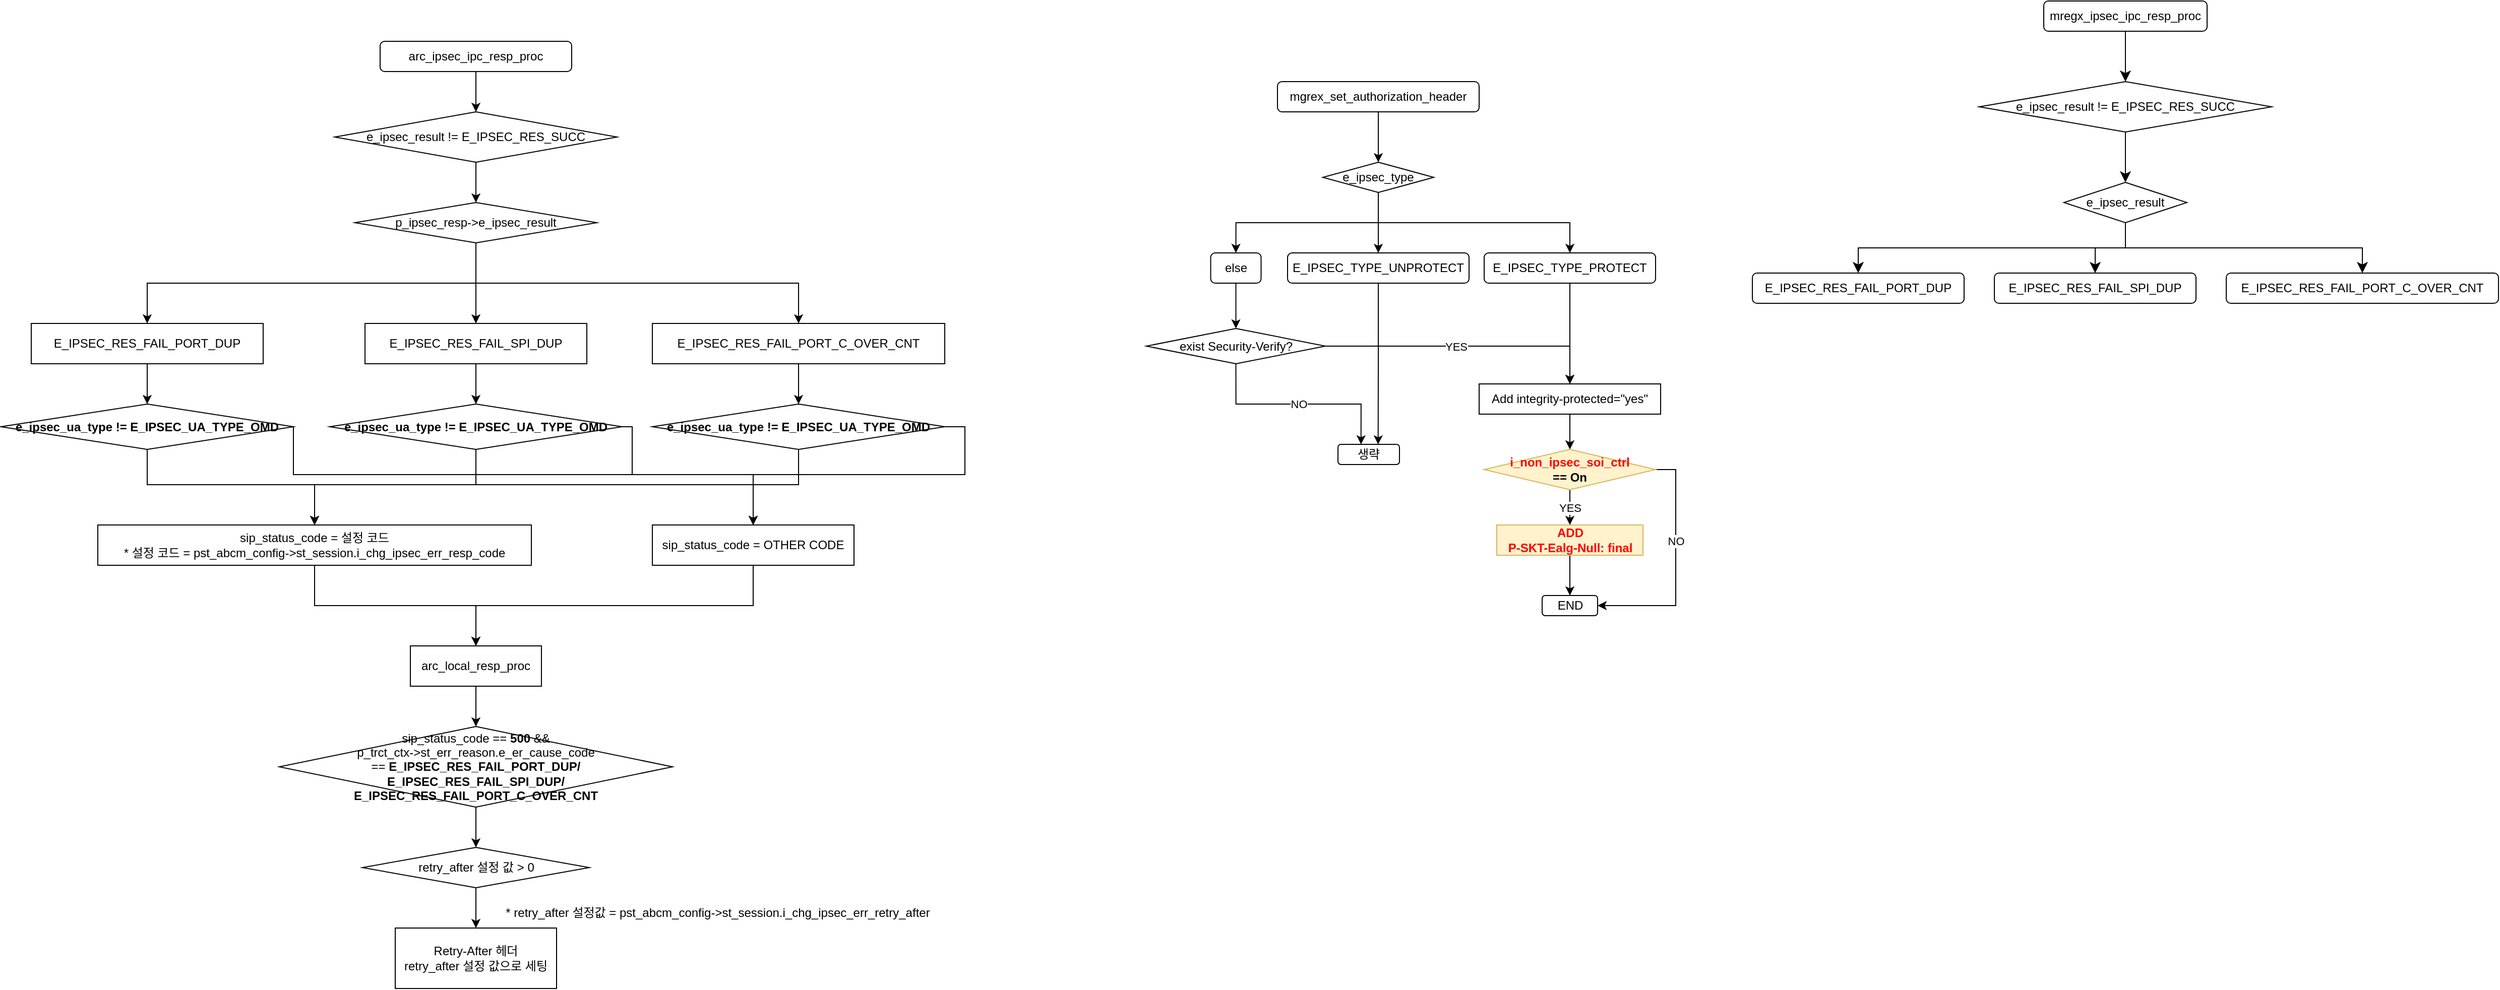
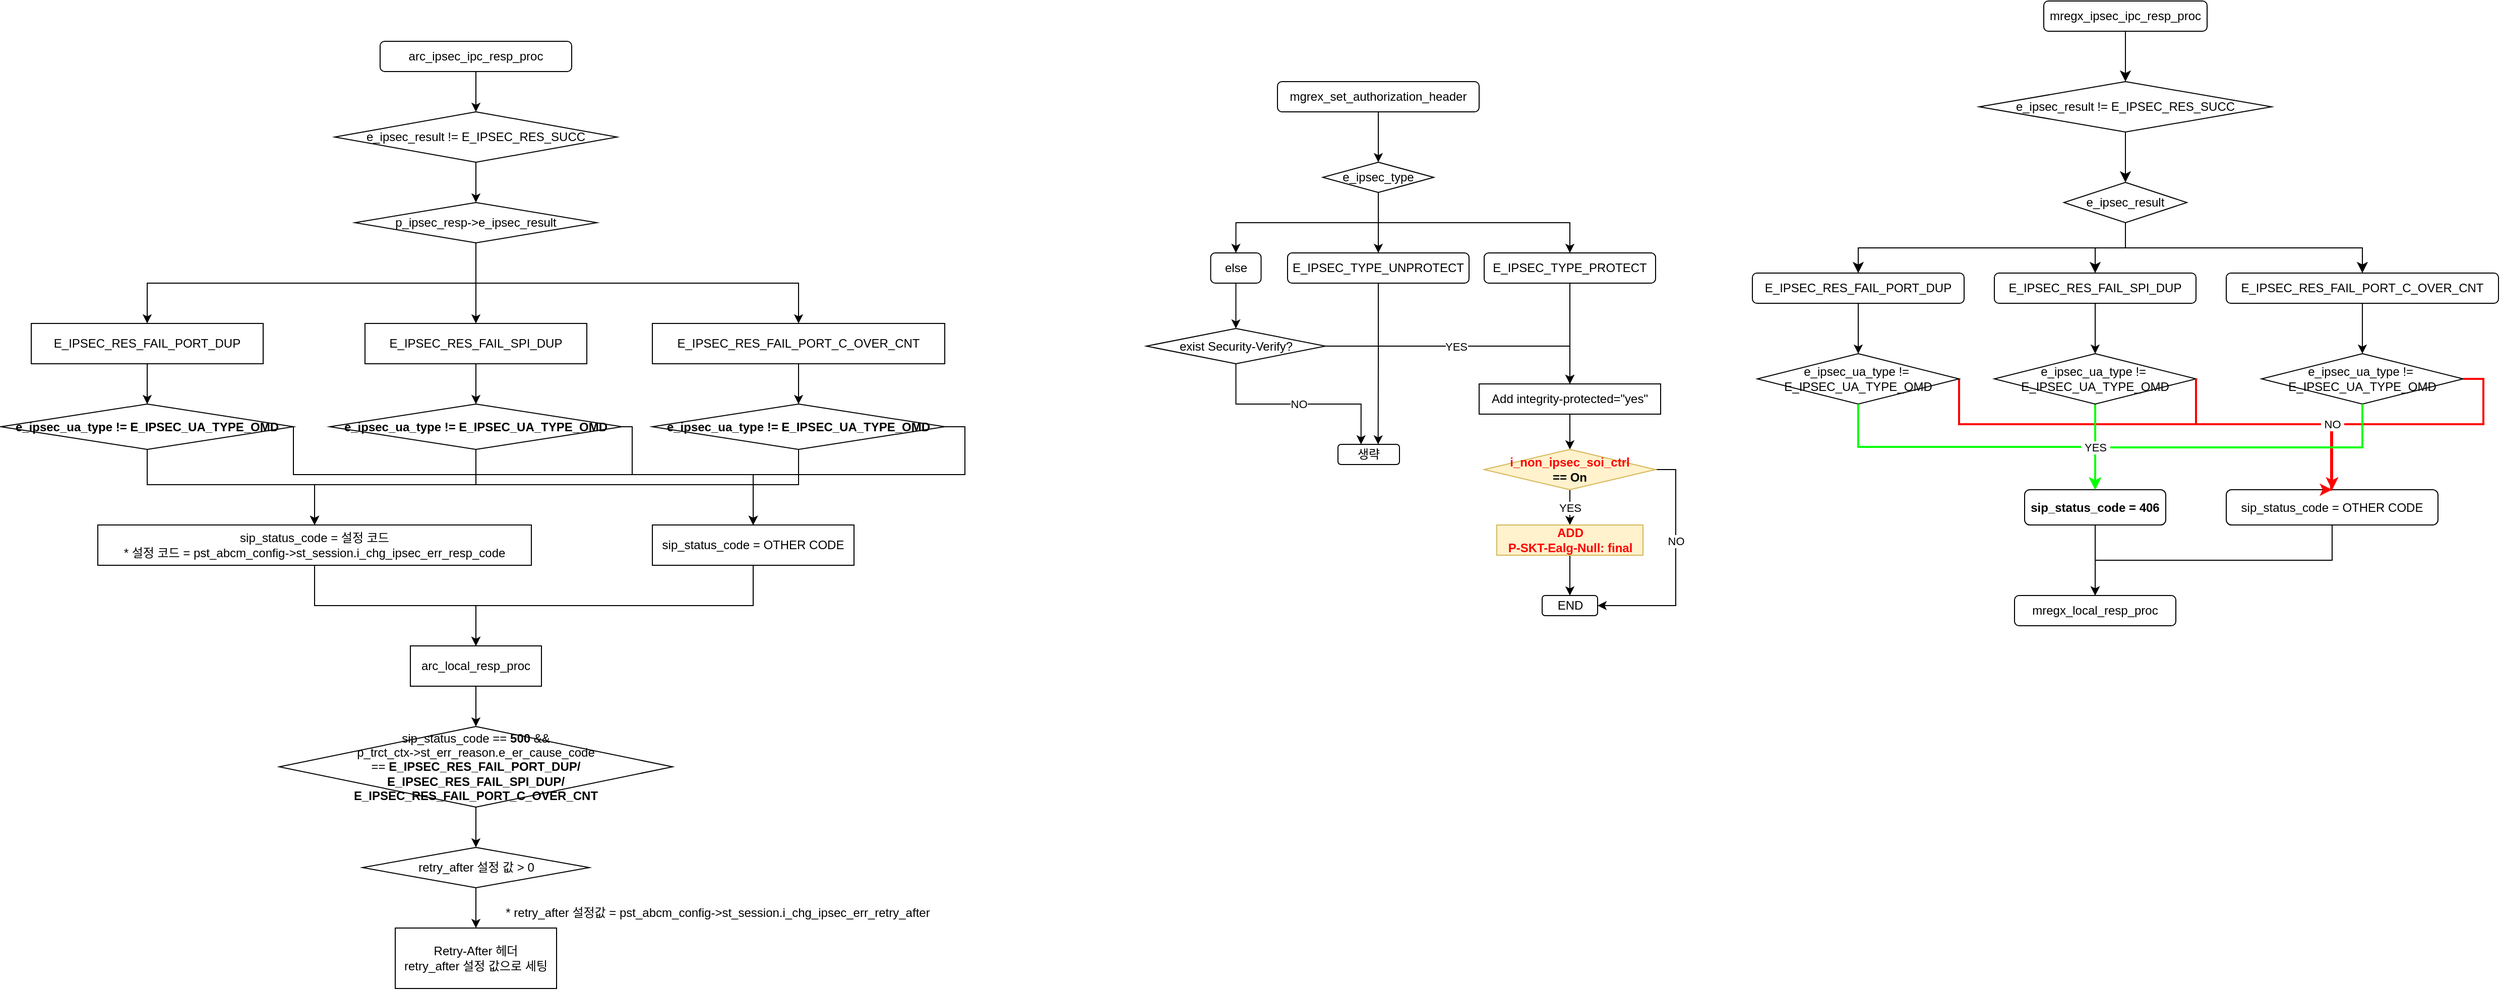
<mxfile host="app.diagrams.net">
  <diagram name="페이지-1" id="m8fQX8wD3sIqdr1Rjxz5">
-     <mxGraphModel dx="1890" dy="1222" grid="1" gridSize="10" guides="1" tooltips="1" connect="1" arrows="1" fold="1" page="1" pageScale="1" pageWidth="827" pageHeight="1169" math="0" shadow="0">
+     <mxGraphModel dx="2315" dy="782" grid="1" gridSize="10" guides="1" tooltips="1" connect="1" arrows="1" fold="1" page="1" pageScale="1" pageWidth="827" pageHeight="1169" math="0" shadow="0">
      <root>
        <mxCell id="0" />
        <mxCell id="1" parent="0" />
        <mxCell id="ojS5_yHJFsPbv8XDm5Tb-1" edge="1" parent="1" source="ojS5_yHJFsPbv8XDm5Tb-2" style="edgeStyle=orthogonalEdgeStyle;rounded=0;orthogonalLoop=1;jettySize=auto;html=1;exitX=0.5;exitY=1;exitDx=0;exitDy=0;entryX=0.5;entryY=0;entryDx=0;entryDy=0;labelBackgroundColor=none;fontColor=default;" target="ojS5_yHJFsPbv8XDm5Tb-4">
          <mxGeometry relative="1" as="geometry" />
        </mxCell>
        <mxCell id="ojS5_yHJFsPbv8XDm5Tb-2" parent="1" style="rounded=1;whiteSpace=wrap;html=1;labelBackgroundColor=none;" value="arc_ipsec_ipc_resp_proc" vertex="1">
          <mxGeometry height="30" width="190" x="350" y="120" as="geometry" />
        </mxCell>
        <mxCell id="ojS5_yHJFsPbv8XDm5Tb-3" edge="1" parent="1" source="ojS5_yHJFsPbv8XDm5Tb-4" style="edgeStyle=orthogonalEdgeStyle;rounded=0;orthogonalLoop=1;jettySize=auto;html=1;exitX=0.5;exitY=1;exitDx=0;exitDy=0;entryX=0.5;entryY=0;entryDx=0;entryDy=0;labelBackgroundColor=none;fontColor=default;" target="ojS5_yHJFsPbv8XDm5Tb-8">
          <mxGeometry relative="1" as="geometry" />
        </mxCell>
        <mxCell id="ojS5_yHJFsPbv8XDm5Tb-4" parent="1" style="rhombus;whiteSpace=wrap;html=1;labelBackgroundColor=none;" value="e_ipsec_result != E_IPSEC_RES_SUCC" vertex="1">
          <mxGeometry height="50" width="280" x="305" y="190" as="geometry" />
        </mxCell>
        <mxCell id="ojS5_yHJFsPbv8XDm5Tb-5" edge="1" parent="1" source="ojS5_yHJFsPbv8XDm5Tb-8" style="edgeStyle=orthogonalEdgeStyle;rounded=0;orthogonalLoop=1;jettySize=auto;html=1;exitX=0.5;exitY=1;exitDx=0;exitDy=0;entryX=0.5;entryY=0;entryDx=0;entryDy=0;labelBackgroundColor=none;fontColor=default;" target="ojS5_yHJFsPbv8XDm5Tb-10">
          <mxGeometry relative="1" as="geometry" />
        </mxCell>
        <mxCell id="ojS5_yHJFsPbv8XDm5Tb-6" edge="1" parent="1" source="ojS5_yHJFsPbv8XDm5Tb-8" style="edgeStyle=orthogonalEdgeStyle;rounded=0;orthogonalLoop=1;jettySize=auto;html=1;exitX=0.5;exitY=1;exitDx=0;exitDy=0;entryX=0.5;entryY=0;entryDx=0;entryDy=0;labelBackgroundColor=none;fontColor=default;" target="ojS5_yHJFsPbv8XDm5Tb-12">
          <mxGeometry relative="1" as="geometry" />
        </mxCell>
        <mxCell id="ojS5_yHJFsPbv8XDm5Tb-7" edge="1" parent="1" source="ojS5_yHJFsPbv8XDm5Tb-8" style="edgeStyle=orthogonalEdgeStyle;rounded=0;orthogonalLoop=1;jettySize=auto;html=1;exitX=0.5;exitY=1;exitDx=0;exitDy=0;entryX=0.5;entryY=0;entryDx=0;entryDy=0;labelBackgroundColor=none;fontColor=default;" target="ojS5_yHJFsPbv8XDm5Tb-14">
          <mxGeometry relative="1" as="geometry" />
        </mxCell>
        <mxCell id="ojS5_yHJFsPbv8XDm5Tb-8" parent="1" style="rhombus;whiteSpace=wrap;html=1;labelBackgroundColor=none;" value="p_ipsec_resp-&amp;gt;e_ipsec_result" vertex="1">
          <mxGeometry height="40" width="240" x="325" y="280" as="geometry" />
        </mxCell>
        <mxCell id="ojS5_yHJFsPbv8XDm5Tb-9" edge="1" parent="1" source="ojS5_yHJFsPbv8XDm5Tb-10" style="edgeStyle=orthogonalEdgeStyle;rounded=0;orthogonalLoop=1;jettySize=auto;html=1;exitX=0.5;exitY=1;exitDx=0;exitDy=0;entryX=0.5;entryY=0;entryDx=0;entryDy=0;labelBackgroundColor=none;fontColor=default;" target="ojS5_yHJFsPbv8XDm5Tb-17">
          <mxGeometry relative="1" as="geometry" />
        </mxCell>
        <mxCell id="ojS5_yHJFsPbv8XDm5Tb-10" parent="1" style="rounded=0;whiteSpace=wrap;html=1;labelBackgroundColor=none;" value="E_IPSEC_RES_FAIL_PORT_DUP" vertex="1">
          <mxGeometry height="40" width="230" x="4" y="400" as="geometry" />
        </mxCell>
        <mxCell id="ojS5_yHJFsPbv8XDm5Tb-11" edge="1" parent="1" source="ojS5_yHJFsPbv8XDm5Tb-12" style="edgeStyle=orthogonalEdgeStyle;rounded=0;orthogonalLoop=1;jettySize=auto;html=1;exitX=0.5;exitY=1;exitDx=0;exitDy=0;entryX=0.5;entryY=0;entryDx=0;entryDy=0;labelBackgroundColor=none;fontColor=default;" target="ojS5_yHJFsPbv8XDm5Tb-20">
          <mxGeometry relative="1" as="geometry" />
        </mxCell>
        <mxCell id="ojS5_yHJFsPbv8XDm5Tb-12" parent="1" style="rounded=0;whiteSpace=wrap;html=1;labelBackgroundColor=none;" value="E_IPSEC_RES_FAIL_SPI_DUP" vertex="1">
          <mxGeometry height="40" width="220" x="335" y="400" as="geometry" />
        </mxCell>
        <mxCell id="ojS5_yHJFsPbv8XDm5Tb-13" edge="1" parent="1" source="ojS5_yHJFsPbv8XDm5Tb-14" style="edgeStyle=orthogonalEdgeStyle;rounded=0;orthogonalLoop=1;jettySize=auto;html=1;exitX=0.5;exitY=1;exitDx=0;exitDy=0;entryX=0.5;entryY=0;entryDx=0;entryDy=0;labelBackgroundColor=none;fontColor=default;" target="ojS5_yHJFsPbv8XDm5Tb-23">
          <mxGeometry relative="1" as="geometry" />
        </mxCell>
        <mxCell id="ojS5_yHJFsPbv8XDm5Tb-14" parent="1" style="rounded=0;whiteSpace=wrap;html=1;labelBackgroundColor=none;" value="E_IPSEC_RES_FAIL_PORT_C_OVER_CNT" vertex="1">
          <mxGeometry height="40" width="290" x="620" y="400" as="geometry" />
        </mxCell>
        <mxCell id="ojS5_yHJFsPbv8XDm5Tb-15" edge="1" parent="1" source="ojS5_yHJFsPbv8XDm5Tb-17" style="edgeStyle=orthogonalEdgeStyle;rounded=0;orthogonalLoop=1;jettySize=auto;html=1;exitX=1;exitY=0.5;exitDx=0;exitDy=0;entryX=0.5;entryY=0;entryDx=0;entryDy=0;labelBackgroundColor=none;fontColor=default;" target="ojS5_yHJFsPbv8XDm5Tb-27">
          <mxGeometry relative="1" as="geometry">
            <Array as="points">
              <mxPoint x="264" y="550" />
              <mxPoint x="720" y="550" />
            </Array>
          </mxGeometry>
        </mxCell>
        <mxCell id="ojS5_yHJFsPbv8XDm5Tb-16" edge="1" parent="1" source="ojS5_yHJFsPbv8XDm5Tb-17" style="edgeStyle=orthogonalEdgeStyle;rounded=0;orthogonalLoop=1;jettySize=auto;html=1;exitX=0.5;exitY=1;exitDx=0;exitDy=0;entryX=0.5;entryY=0;entryDx=0;entryDy=0;labelBackgroundColor=none;fontColor=default;" target="ojS5_yHJFsPbv8XDm5Tb-25">
          <mxGeometry relative="1" as="geometry">
            <Array as="points">
              <mxPoint x="119" y="560" />
              <mxPoint x="285" y="560" />
            </Array>
          </mxGeometry>
        </mxCell>
        <mxCell id="ojS5_yHJFsPbv8XDm5Tb-17" parent="1" style="rhombus;whiteSpace=wrap;html=1;labelBackgroundColor=none;" value="&lt;b&gt;e_ipsec_ua_type != E_IPSEC_UA_TYPE_OMD&lt;/b&gt;" vertex="1">
          <mxGeometry height="45" width="290" x="-26" y="480" as="geometry" />
        </mxCell>
        <mxCell id="ojS5_yHJFsPbv8XDm5Tb-18" edge="1" parent="1" source="ojS5_yHJFsPbv8XDm5Tb-20" style="edgeStyle=orthogonalEdgeStyle;rounded=0;orthogonalLoop=1;jettySize=auto;html=1;exitX=1;exitY=0.5;exitDx=0;exitDy=0;entryX=0.5;entryY=0;entryDx=0;entryDy=0;labelBackgroundColor=none;fontColor=default;" target="ojS5_yHJFsPbv8XDm5Tb-27">
          <mxGeometry relative="1" as="geometry">
            <Array as="points">
              <mxPoint x="600" y="503" />
              <mxPoint x="600" y="550" />
              <mxPoint x="720" y="550" />
            </Array>
          </mxGeometry>
        </mxCell>
        <mxCell id="ojS5_yHJFsPbv8XDm5Tb-19" edge="1" parent="1" source="ojS5_yHJFsPbv8XDm5Tb-20" style="edgeStyle=orthogonalEdgeStyle;rounded=0;orthogonalLoop=1;jettySize=auto;html=1;exitX=0.5;exitY=1;exitDx=0;exitDy=0;entryX=0.5;entryY=0;entryDx=0;entryDy=0;labelBackgroundColor=none;fontColor=default;" target="ojS5_yHJFsPbv8XDm5Tb-25">
          <mxGeometry relative="1" as="geometry">
            <Array as="points">
              <mxPoint x="445" y="560" />
              <mxPoint x="285" y="560" />
            </Array>
          </mxGeometry>
        </mxCell>
        <mxCell id="ojS5_yHJFsPbv8XDm5Tb-20" parent="1" style="rhombus;whiteSpace=wrap;html=1;labelBackgroundColor=none;" value="&lt;b&gt;e_ipsec_ua_type != E_IPSEC_UA_TYPE_OMD&lt;/b&gt;" vertex="1">
          <mxGeometry height="45" width="290" x="300" y="480" as="geometry" />
        </mxCell>
        <mxCell id="ojS5_yHJFsPbv8XDm5Tb-21" edge="1" parent="1" source="ojS5_yHJFsPbv8XDm5Tb-23" style="edgeStyle=orthogonalEdgeStyle;rounded=0;orthogonalLoop=1;jettySize=auto;html=1;exitX=1;exitY=0.5;exitDx=0;exitDy=0;entryX=0.5;entryY=0;entryDx=0;entryDy=0;labelBackgroundColor=none;fontColor=default;" target="ojS5_yHJFsPbv8XDm5Tb-27">
          <mxGeometry relative="1" as="geometry">
            <Array as="points">
              <mxPoint x="930" y="503" />
              <mxPoint x="930" y="550" />
              <mxPoint x="720" y="550" />
            </Array>
          </mxGeometry>
        </mxCell>
        <mxCell id="ojS5_yHJFsPbv8XDm5Tb-22" edge="1" parent="1" source="ojS5_yHJFsPbv8XDm5Tb-23" style="edgeStyle=orthogonalEdgeStyle;rounded=0;orthogonalLoop=1;jettySize=auto;html=1;exitX=0.5;exitY=1;exitDx=0;exitDy=0;entryX=0.5;entryY=0;entryDx=0;entryDy=0;labelBackgroundColor=none;fontColor=default;" target="ojS5_yHJFsPbv8XDm5Tb-25">
          <mxGeometry relative="1" as="geometry">
            <Array as="points">
              <mxPoint x="765" y="560" />
              <mxPoint x="285" y="560" />
            </Array>
          </mxGeometry>
        </mxCell>
        <mxCell id="ojS5_yHJFsPbv8XDm5Tb-23" parent="1" style="rhombus;whiteSpace=wrap;html=1;labelBackgroundColor=none;" value="&lt;b&gt;e_ipsec_ua_type != E_IPSEC_UA_TYPE_OMD&lt;/b&gt;" vertex="1">
          <mxGeometry height="45" width="290" x="620" y="480" as="geometry" />
        </mxCell>
        <mxCell id="ojS5_yHJFsPbv8XDm5Tb-24" edge="1" parent="1" source="ojS5_yHJFsPbv8XDm5Tb-25" style="edgeStyle=orthogonalEdgeStyle;rounded=0;orthogonalLoop=1;jettySize=auto;html=1;exitX=0.5;exitY=1;exitDx=0;exitDy=0;entryX=0.5;entryY=0;entryDx=0;entryDy=0;labelBackgroundColor=none;fontColor=default;" target="ojS5_yHJFsPbv8XDm5Tb-29">
          <mxGeometry relative="1" as="geometry" />
        </mxCell>
        <mxCell id="ojS5_yHJFsPbv8XDm5Tb-25" parent="1" style="rounded=0;whiteSpace=wrap;html=1;labelBackgroundColor=none;" value="sip_status_code = 설정 코드&lt;div&gt;* 설정 코드 = pst_abcm_config-&amp;gt;st_session.i_chg_ipsec_err_resp_code&lt;/div&gt;" vertex="1">
          <mxGeometry height="40" width="430" x="70" y="600" as="geometry" />
        </mxCell>
        <mxCell id="ojS5_yHJFsPbv8XDm5Tb-26" edge="1" parent="1" source="ojS5_yHJFsPbv8XDm5Tb-27" style="edgeStyle=orthogonalEdgeStyle;rounded=0;orthogonalLoop=1;jettySize=auto;html=1;exitX=0.5;exitY=1;exitDx=0;exitDy=0;entryX=0.5;entryY=0;entryDx=0;entryDy=0;labelBackgroundColor=none;fontColor=default;" target="ojS5_yHJFsPbv8XDm5Tb-29">
          <mxGeometry relative="1" as="geometry" />
        </mxCell>
        <mxCell id="ojS5_yHJFsPbv8XDm5Tb-27" parent="1" style="rounded=0;whiteSpace=wrap;html=1;labelBackgroundColor=none;" value="sip_status_code = OTHER CODE" vertex="1">
          <mxGeometry height="40" width="200" x="620" y="600" as="geometry" />
        </mxCell>
        <mxCell id="ojS5_yHJFsPbv8XDm5Tb-28" edge="1" parent="1" source="ojS5_yHJFsPbv8XDm5Tb-29" style="edgeStyle=orthogonalEdgeStyle;rounded=0;orthogonalLoop=1;jettySize=auto;html=1;exitX=0.5;exitY=1;exitDx=0;exitDy=0;entryX=0.5;entryY=0;entryDx=0;entryDy=0;labelBackgroundColor=none;fontColor=default;" target="ojS5_yHJFsPbv8XDm5Tb-31">
          <mxGeometry relative="1" as="geometry" />
        </mxCell>
        <mxCell id="ojS5_yHJFsPbv8XDm5Tb-29" parent="1" style="rounded=0;whiteSpace=wrap;html=1;labelBackgroundColor=none;" value="arc_local_resp_proc" vertex="1">
          <mxGeometry height="40" width="130" x="380" y="720" as="geometry" />
        </mxCell>
        <mxCell id="ojS5_yHJFsPbv8XDm5Tb-30" edge="1" parent="1" source="ojS5_yHJFsPbv8XDm5Tb-31" style="edgeStyle=orthogonalEdgeStyle;rounded=0;orthogonalLoop=1;jettySize=auto;html=1;exitX=0.5;exitY=1;exitDx=0;exitDy=0;entryX=0.5;entryY=0;entryDx=0;entryDy=0;labelBackgroundColor=none;fontColor=default;" target="ojS5_yHJFsPbv8XDm5Tb-33">
          <mxGeometry relative="1" as="geometry" />
        </mxCell>
        <mxCell id="ojS5_yHJFsPbv8XDm5Tb-31" parent="1" style="rhombus;whiteSpace=wrap;html=1;labelBackgroundColor=none;" value="sip_status_code == &lt;b&gt;500&lt;/b&gt; &amp;amp;&amp;amp;&lt;div&gt;p_trct_ctx-&amp;gt;st_err_reason.e_er_cause_code ==&amp;nbsp;&lt;span style=&quot;background-color: transparent; color: light-dark(rgb(0, 0, 0), rgb(255, 255, 255));&quot;&gt;&lt;b&gt;E_IPSEC_RES_FAIL_PORT_DUP/&lt;/b&gt;&lt;/span&gt;&lt;/div&gt;&lt;div&gt;&lt;b&gt;E_IPSEC_RES_FAIL_SPI_DUP/&lt;span style=&quot;background-color: transparent; color: light-dark(rgb(0, 0, 0), rgb(255, 255, 255));&quot;&gt;&lt;/span&gt;&lt;/b&gt;&lt;/div&gt;&lt;div&gt;&lt;b&gt;E_IPSEC_RES_FAIL_PORT_C_OVER_CNT&lt;/b&gt;&lt;/div&gt;" vertex="1">
          <mxGeometry height="80" width="390" x="250" y="800" as="geometry" />
        </mxCell>
        <mxCell id="ojS5_yHJFsPbv8XDm5Tb-32" edge="1" parent="1" source="ojS5_yHJFsPbv8XDm5Tb-33" style="edgeStyle=orthogonalEdgeStyle;rounded=0;orthogonalLoop=1;jettySize=auto;html=1;exitX=0.5;exitY=1;exitDx=0;exitDy=0;entryX=0.5;entryY=0;entryDx=0;entryDy=0;labelBackgroundColor=none;fontColor=default;" target="ojS5_yHJFsPbv8XDm5Tb-35">
          <mxGeometry relative="1" as="geometry" />
        </mxCell>
        <mxCell id="ojS5_yHJFsPbv8XDm5Tb-33" parent="1" style="rhombus;whiteSpace=wrap;html=1;labelBackgroundColor=none;" value="retry_after 설정 값 &amp;gt; 0" vertex="1">
          <mxGeometry height="40" width="225" x="332.5" y="920" as="geometry" />
        </mxCell>
        <mxCell id="ojS5_yHJFsPbv8XDm5Tb-34" parent="1" style="text;html=1;whiteSpace=wrap;strokeColor=none;fillColor=none;align=center;verticalAlign=middle;rounded=0;labelBackgroundColor=none;" value="* retry_after 설정값 =&amp;nbsp;pst_abcm_config-&amp;gt;st_session.i_chg_ipsec_err_retry_after" vertex="1">
          <mxGeometry height="30" width="450" x="460" y="970" as="geometry" />
        </mxCell>
        <mxCell id="ojS5_yHJFsPbv8XDm5Tb-35" parent="1" style="rounded=0;whiteSpace=wrap;html=1;labelBackgroundColor=none;" value="Retry-After 헤더&lt;div&gt;retry_after 설정 값으로 세팅&lt;/div&gt;" vertex="1">
          <mxGeometry height="60" width="160" x="365" y="1000" as="geometry" />
        </mxCell>
        <mxCell id="ojS5_yHJFsPbv8XDm5Tb-36" edge="1" parent="1" source="ojS5_yHJFsPbv8XDm5Tb-37" style="edgeStyle=orthogonalEdgeStyle;rounded=0;orthogonalLoop=1;jettySize=auto;html=1;exitX=0.5;exitY=1;exitDx=0;exitDy=0;entryX=0.5;entryY=0;entryDx=0;entryDy=0;labelBackgroundColor=none;fontColor=default;" target="ojS5_yHJFsPbv8XDm5Tb-41">
          <mxGeometry relative="1" as="geometry" />
        </mxCell>
        <mxCell id="ojS5_yHJFsPbv8XDm5Tb-37" parent="1" style="rounded=1;whiteSpace=wrap;html=1;labelBackgroundColor=none;" value="mgrex_set_authorization_header" vertex="1">
          <mxGeometry height="30" width="200" x="1240" y="160" as="geometry" />
        </mxCell>
        <mxCell id="ojS5_yHJFsPbv8XDm5Tb-38" edge="1" parent="1" source="ojS5_yHJFsPbv8XDm5Tb-41" style="edgeStyle=orthogonalEdgeStyle;rounded=0;orthogonalLoop=1;jettySize=auto;html=1;exitX=0.5;exitY=1;exitDx=0;exitDy=0;entryX=0.5;entryY=0;entryDx=0;entryDy=0;labelBackgroundColor=none;fontColor=default;" target="ojS5_yHJFsPbv8XDm5Tb-43">
          <mxGeometry relative="1" as="geometry" />
        </mxCell>
        <mxCell id="ojS5_yHJFsPbv8XDm5Tb-39" edge="1" parent="1" source="ojS5_yHJFsPbv8XDm5Tb-41" style="edgeStyle=orthogonalEdgeStyle;rounded=0;orthogonalLoop=1;jettySize=auto;html=1;exitX=0.5;exitY=1;exitDx=0;exitDy=0;entryX=0.5;entryY=0;entryDx=0;entryDy=0;labelBackgroundColor=none;fontColor=default;" target="ojS5_yHJFsPbv8XDm5Tb-45">
          <mxGeometry relative="1" as="geometry" />
        </mxCell>
        <mxCell id="ojS5_yHJFsPbv8XDm5Tb-40" edge="1" parent="1" source="ojS5_yHJFsPbv8XDm5Tb-41" style="edgeStyle=orthogonalEdgeStyle;rounded=0;orthogonalLoop=1;jettySize=auto;html=1;exitX=0.5;exitY=1;exitDx=0;exitDy=0;entryX=0.5;entryY=0;entryDx=0;entryDy=0;labelBackgroundColor=none;fontColor=default;" target="ojS5_yHJFsPbv8XDm5Tb-47">
          <mxGeometry relative="1" as="geometry" />
        </mxCell>
        <mxCell id="ojS5_yHJFsPbv8XDm5Tb-41" parent="1" style="rhombus;whiteSpace=wrap;html=1;labelBackgroundColor=none;" value="e_ipsec_type" vertex="1">
          <mxGeometry height="30" width="110" x="1285" y="240" as="geometry" />
        </mxCell>
        <mxCell id="ojS5_yHJFsPbv8XDm5Tb-42" edge="1" parent="1" source="ojS5_yHJFsPbv8XDm5Tb-43" style="edgeStyle=orthogonalEdgeStyle;rounded=0;orthogonalLoop=1;jettySize=auto;html=1;exitX=0.5;exitY=1;exitDx=0;exitDy=0;entryX=0.5;entryY=0;entryDx=0;entryDy=0;labelBackgroundColor=none;fontColor=default;" target="ojS5_yHJFsPbv8XDm5Tb-49">
          <mxGeometry relative="1" as="geometry" />
        </mxCell>
        <mxCell id="ojS5_yHJFsPbv8XDm5Tb-43" parent="1" style="rounded=1;whiteSpace=wrap;html=1;labelBackgroundColor=none;" value="E_IPSEC_TYPE_PROTECT" vertex="1">
          <mxGeometry height="30" width="170" x="1445" y="330" as="geometry" />
        </mxCell>
        <mxCell id="ojS5_yHJFsPbv8XDm5Tb-44" edge="1" parent="1" source="ojS5_yHJFsPbv8XDm5Tb-45" style="edgeStyle=orthogonalEdgeStyle;rounded=0;orthogonalLoop=1;jettySize=auto;html=1;exitX=0.5;exitY=1;exitDx=0;exitDy=0;entryX=0.653;entryY=0.002;entryDx=0;entryDy=0;entryPerimeter=0;" target="ojS5_yHJFsPbv8XDm5Tb-59">
          <mxGeometry relative="1" as="geometry">
            <mxPoint x="1339.9411764705883" y="520" as="targetPoint" />
          </mxGeometry>
        </mxCell>
        <mxCell id="ojS5_yHJFsPbv8XDm5Tb-45" parent="1" style="rounded=1;whiteSpace=wrap;html=1;labelBackgroundColor=none;" value="E_IPSEC_TYPE_UNPROTECT" vertex="1">
          <mxGeometry height="30" width="180" x="1250" y="330" as="geometry" />
        </mxCell>
        <mxCell id="ojS5_yHJFsPbv8XDm5Tb-46" edge="1" parent="1" source="ojS5_yHJFsPbv8XDm5Tb-47" style="edgeStyle=orthogonalEdgeStyle;rounded=0;orthogonalLoop=1;jettySize=auto;html=1;exitX=0.5;exitY=1;exitDx=0;exitDy=0;entryX=0.5;entryY=0;entryDx=0;entryDy=0;" target="ojS5_yHJFsPbv8XDm5Tb-58">
          <mxGeometry relative="1" as="geometry" />
        </mxCell>
        <mxCell id="ojS5_yHJFsPbv8XDm5Tb-47" parent="1" style="rounded=1;whiteSpace=wrap;html=1;labelBackgroundColor=none;" value="else" vertex="1">
          <mxGeometry height="30" width="50" x="1173.75" y="330" as="geometry" />
        </mxCell>
        <mxCell id="ojS5_yHJFsPbv8XDm5Tb-48" edge="1" parent="1" source="ojS5_yHJFsPbv8XDm5Tb-49" style="edgeStyle=orthogonalEdgeStyle;rounded=0;orthogonalLoop=1;jettySize=auto;html=1;exitX=0.5;exitY=1;exitDx=0;exitDy=0;entryX=0.5;entryY=0;entryDx=0;entryDy=0;" target="ojS5_yHJFsPbv8XDm5Tb-52">
          <mxGeometry relative="1" as="geometry" />
        </mxCell>
        <mxCell id="ojS5_yHJFsPbv8XDm5Tb-49" parent="1" style="rounded=0;whiteSpace=wrap;html=1;labelBackgroundColor=none;" value="Add integrity-protected=&quot;yes&quot;" vertex="1">
          <mxGeometry height="30" width="180" x="1440" y="460" as="geometry" />
        </mxCell>
        <mxCell id="ojS5_yHJFsPbv8XDm5Tb-50" edge="1" parent="1" source="ojS5_yHJFsPbv8XDm5Tb-52" style="edgeStyle=orthogonalEdgeStyle;rounded=0;orthogonalLoop=1;jettySize=auto;html=1;exitX=0.5;exitY=1;exitDx=0;exitDy=0;entryX=0.5;entryY=0;entryDx=0;entryDy=0;" target="ojS5_yHJFsPbv8XDm5Tb-54" value="YES">
          <mxGeometry relative="1" as="geometry" />
        </mxCell>
        <mxCell id="ojS5_yHJFsPbv8XDm5Tb-51" edge="1" parent="1" source="ojS5_yHJFsPbv8XDm5Tb-52" style="edgeStyle=orthogonalEdgeStyle;rounded=0;orthogonalLoop=1;jettySize=auto;html=1;exitX=1;exitY=0.5;exitDx=0;exitDy=0;entryX=1;entryY=0.5;entryDx=0;entryDy=0;" target="ojS5_yHJFsPbv8XDm5Tb-55" value="NO">
          <mxGeometry relative="1" x="-0.2233" as="geometry">
            <mxPoint as="offset" />
          </mxGeometry>
        </mxCell>
        <mxCell id="ojS5_yHJFsPbv8XDm5Tb-52" parent="1" style="rhombus;whiteSpace=wrap;html=1;fillColor=#fff2cc;strokeColor=#d6b656;" value="&lt;b&gt;&lt;font style=&quot;color: rgb(255, 0, 0);&quot;&gt;i_non_ipsec_soi_ctrl&lt;/font&gt;&lt;br&gt;== On&lt;/b&gt;" vertex="1">
          <mxGeometry height="40" width="170" x="1445" y="525" as="geometry" />
        </mxCell>
        <mxCell id="ojS5_yHJFsPbv8XDm5Tb-53" edge="1" parent="1" source="ojS5_yHJFsPbv8XDm5Tb-54" style="edgeStyle=orthogonalEdgeStyle;rounded=0;orthogonalLoop=1;jettySize=auto;html=1;exitX=0.5;exitY=1;exitDx=0;exitDy=0;entryX=0.5;entryY=0;entryDx=0;entryDy=0;" target="ojS5_yHJFsPbv8XDm5Tb-55">
          <mxGeometry relative="1" as="geometry" />
        </mxCell>
        <mxCell id="ojS5_yHJFsPbv8XDm5Tb-54" parent="1" style="rounded=0;whiteSpace=wrap;html=1;fillColor=#fff2cc;strokeColor=#d6b656;" value="&lt;b&gt;&lt;font style=&quot;color: rgb(255, 0, 0);&quot;&gt;ADD&lt;/font&gt;&lt;/b&gt;&lt;div&gt;&lt;b&gt;&lt;font style=&quot;color: rgb(255, 0, 0);&quot;&gt;P-SKT-Ealg-Null: final&lt;/font&gt;&lt;/b&gt;&lt;/div&gt;" vertex="1">
          <mxGeometry height="30" width="145" x="1457.5" y="600" as="geometry" />
        </mxCell>
        <mxCell id="ojS5_yHJFsPbv8XDm5Tb-55" parent="1" style="rounded=1;whiteSpace=wrap;html=1;" value="END" vertex="1">
          <mxGeometry height="20" width="55" x="1502.5" y="670" as="geometry" />
        </mxCell>
        <mxCell id="ojS5_yHJFsPbv8XDm5Tb-56" edge="1" parent="1" source="ojS5_yHJFsPbv8XDm5Tb-58" style="edgeStyle=orthogonalEdgeStyle;rounded=0;orthogonalLoop=1;jettySize=auto;html=1;exitX=1;exitY=0.5;exitDx=0;exitDy=0;entryX=0.5;entryY=0;entryDx=0;entryDy=0;" target="ojS5_yHJFsPbv8XDm5Tb-49" value="YES">
          <mxGeometry relative="1" x="-0.0774" as="geometry">
            <mxPoint as="offset" />
          </mxGeometry>
        </mxCell>
        <mxCell id="ojS5_yHJFsPbv8XDm5Tb-57" edge="1" parent="1" source="ojS5_yHJFsPbv8XDm5Tb-58" style="edgeStyle=orthogonalEdgeStyle;rounded=0;orthogonalLoop=1;jettySize=auto;html=1;exitX=0.5;exitY=1;exitDx=0;exitDy=0;entryX=0.375;entryY=-0.001;entryDx=0;entryDy=0;entryPerimeter=0;" target="ojS5_yHJFsPbv8XDm5Tb-59" value="NO">
          <mxGeometry relative="1" as="geometry">
            <mxPoint x="1175.1176470588234" y="520" as="targetPoint" />
          </mxGeometry>
        </mxCell>
        <mxCell id="ojS5_yHJFsPbv8XDm5Tb-58" parent="1" style="rhombus;whiteSpace=wrap;html=1;" value="exist&amp;nbsp;&lt;span style=&quot;background-color: transparent; color: light-dark(rgb(0, 0, 0), rgb(255, 255, 255));&quot;&gt;Security-Verify?&lt;/span&gt;" vertex="1">
          <mxGeometry height="35" width="177.5" x="1110" y="405" as="geometry" />
        </mxCell>
        <mxCell id="ojS5_yHJFsPbv8XDm5Tb-59" parent="1" style="rounded=1;whiteSpace=wrap;html=1;" value="생략" vertex="1">
          <mxGeometry height="20" width="61" x="1300" y="520" as="geometry" />
        </mxCell>
        <mxCell id="v6OCQPZjq4ElUTE85C_Q-3" edge="1" parent="1" source="v6OCQPZjq4ElUTE85C_Q-1" style="edgeStyle=none;curved=1;rounded=0;orthogonalLoop=1;jettySize=auto;html=1;exitX=0.5;exitY=1;exitDx=0;exitDy=0;entryX=0.5;entryY=0;entryDx=0;entryDy=0;fontSize=12;startSize=8;endSize=8;" target="v6OCQPZjq4ElUTE85C_Q-2">
          <mxGeometry relative="1" as="geometry" />
        </mxCell>
        <mxCell id="v6OCQPZjq4ElUTE85C_Q-1" parent="1" style="rounded=1;whiteSpace=wrap;html=1;" value="mregx_ipsec_ipc_resp_proc" vertex="1">
          <mxGeometry height="30" width="162" x="2000" y="80" as="geometry" />
        </mxCell>
        <mxCell id="v6OCQPZjq4ElUTE85C_Q-5" edge="1" parent="1" source="v6OCQPZjq4ElUTE85C_Q-2" style="edgeStyle=none;curved=1;rounded=0;orthogonalLoop=1;jettySize=auto;html=1;exitX=0.5;exitY=1;exitDx=0;exitDy=0;entryX=0.5;entryY=0;entryDx=0;entryDy=0;fontSize=12;startSize=8;endSize=8;" target="v6OCQPZjq4ElUTE85C_Q-4">
          <mxGeometry relative="1" as="geometry" />
        </mxCell>
        <mxCell id="v6OCQPZjq4ElUTE85C_Q-2" parent="1" style="rhombus;whiteSpace=wrap;html=1;" value="e_ipsec_result != E_IPSEC_RES_SUCC" vertex="1">
          <mxGeometry height="50" width="290" x="1936" y="160" as="geometry" />
        </mxCell>
        <mxCell id="v6OCQPZjq4ElUTE85C_Q-12" edge="1" parent="1" source="v6OCQPZjq4ElUTE85C_Q-4" style="edgeStyle=orthogonalEdgeStyle;rounded=0;orthogonalLoop=1;jettySize=auto;html=1;exitX=0.5;exitY=1;exitDx=0;exitDy=0;entryX=0.5;entryY=0;entryDx=0;entryDy=0;fontSize=12;startSize=8;endSize=8;" target="v6OCQPZjq4ElUTE85C_Q-7">
          <mxGeometry relative="1" as="geometry" />
        </mxCell>
        <mxCell id="v6OCQPZjq4ElUTE85C_Q-13" edge="1" parent="1" source="v6OCQPZjq4ElUTE85C_Q-4" style="edgeStyle=orthogonalEdgeStyle;rounded=0;orthogonalLoop=1;jettySize=auto;html=1;exitX=0.5;exitY=1;exitDx=0;exitDy=0;entryX=0.5;entryY=0;entryDx=0;entryDy=0;fontSize=12;startSize=8;endSize=8;" target="v6OCQPZjq4ElUTE85C_Q-8">
          <mxGeometry relative="1" as="geometry" />
        </mxCell>
        <mxCell id="v6OCQPZjq4ElUTE85C_Q-4" parent="1" style="rhombus;whiteSpace=wrap;html=1;" value="e_ipsec_result" vertex="1">
          <mxGeometry height="40" width="122" x="2020" y="260" as="geometry" />
        </mxCell>
+         <mxCell id="NGHdp_gngWH9yrq0Q0_0-2" edge="1" parent="1" source="v6OCQPZjq4ElUTE85C_Q-6" style="edgeStyle=orthogonalEdgeStyle;rounded=0;orthogonalLoop=1;jettySize=auto;html=1;exitX=0.5;exitY=1;exitDx=0;exitDy=0;entryX=0.5;entryY=0;entryDx=0;entryDy=0;" target="NGHdp_gngWH9yrq0Q0_0-1">
+           <mxGeometry relative="1" as="geometry" />
+         </mxCell>
        <mxCell id="v6OCQPZjq4ElUTE85C_Q-6" parent="1" style="rounded=1;whiteSpace=wrap;html=1;" value="E_IPSEC_RES_FAIL_PORT_DUP" vertex="1">
          <mxGeometry height="30" width="210" x="1711" y="350" as="geometry" />
        </mxCell>
+         <mxCell id="NGHdp_gngWH9yrq0Q0_0-5" edge="1" parent="1" source="v6OCQPZjq4ElUTE85C_Q-7" style="edgeStyle=orthogonalEdgeStyle;rounded=0;orthogonalLoop=1;jettySize=auto;html=1;exitX=0.5;exitY=1;exitDx=0;exitDy=0;entryX=0.5;entryY=0;entryDx=0;entryDy=0;" target="NGHdp_gngWH9yrq0Q0_0-3">
+           <mxGeometry relative="1" as="geometry" />
+         </mxCell>
        <mxCell id="v6OCQPZjq4ElUTE85C_Q-7" parent="1" style="rounded=1;whiteSpace=wrap;html=1;" value="E_IPSEC_RES_FAIL_SPI_DUP" vertex="1">
          <mxGeometry height="30" width="200" x="1951" y="350" as="geometry" />
+         </mxCell>
+         <mxCell id="NGHdp_gngWH9yrq0Q0_0-6" edge="1" parent="1" source="v6OCQPZjq4ElUTE85C_Q-8" style="edgeStyle=orthogonalEdgeStyle;rounded=0;orthogonalLoop=1;jettySize=auto;html=1;exitX=0.5;exitY=1;exitDx=0;exitDy=0;entryX=0.5;entryY=0;entryDx=0;entryDy=0;" target="NGHdp_gngWH9yrq0Q0_0-4">
+           <mxGeometry relative="1" as="geometry" />
        </mxCell>
        <mxCell id="v6OCQPZjq4ElUTE85C_Q-8" parent="1" style="rounded=1;whiteSpace=wrap;html=1;" value="E_IPSEC_RES_FAIL_PORT_C_OVER_CNT" vertex="1">
          <mxGeometry height="30" width="270" x="2181" y="350" as="geometry" />
        </mxCell>
        <mxCell id="v6OCQPZjq4ElUTE85C_Q-11" edge="1" parent="1" source="v6OCQPZjq4ElUTE85C_Q-4" style="endArrow=classic;html=1;rounded=0;fontSize=12;startSize=8;endSize=8;exitX=0.5;exitY=1;exitDx=0;exitDy=0;entryX=0.5;entryY=0;entryDx=0;entryDy=0;edgeStyle=orthogonalEdgeStyle;" target="v6OCQPZjq4ElUTE85C_Q-6" value="">
          <mxGeometry height="50" relative="1" width="50" as="geometry">
            <mxPoint x="1920" y="280" as="sourcePoint" />
            <mxPoint x="1970" y="230" as="targetPoint" />
          </mxGeometry>
        </mxCell>
+         <mxCell id="NGHdp_gngWH9yrq0Q0_0-10" edge="1" parent="1" source="NGHdp_gngWH9yrq0Q0_0-1" style="edgeStyle=orthogonalEdgeStyle;rounded=0;orthogonalLoop=1;jettySize=auto;html=1;exitX=1;exitY=0.5;exitDx=0;exitDy=0;entryX=0.5;entryY=0;entryDx=0;entryDy=0;strokeColor=light-dark(#FF0000,#FF0000);strokeWidth=2;" target="NGHdp_gngWH9yrq0Q0_0-9">
+           <mxGeometry relative="1" as="geometry">
+             <Array as="points">
+               <mxPoint x="1916" y="500" />
+               <mxPoint x="2286" y="500" />
+             </Array>
+           </mxGeometry>
+         </mxCell>
+         <mxCell id="NGHdp_gngWH9yrq0Q0_0-1" parent="1" style="rhombus;whiteSpace=wrap;html=1;" value="e_ipsec_ua_type !=&amp;nbsp;&lt;div&gt;E_IPSEC_UA_TYPE_OMD&lt;/div&gt;" vertex="1">
+           <mxGeometry height="50" width="200" x="1716" y="430" as="geometry" />
+         </mxCell>
+         <mxCell id="NGHdp_gngWH9yrq0Q0_0-14" edge="1" parent="1" source="NGHdp_gngWH9yrq0Q0_0-3" style="edgeStyle=orthogonalEdgeStyle;rounded=0;orthogonalLoop=1;jettySize=auto;html=1;exitX=0.5;exitY=1;exitDx=0;exitDy=0;entryX=0.5;entryY=0;entryDx=0;entryDy=0;strokeColor=light-dark(#00FF00,#00FF00);strokeWidth=2;" target="NGHdp_gngWH9yrq0Q0_0-8">
+           <mxGeometry relative="1" as="geometry">
+             <mxPoint x="2070" y="540" as="targetPoint" />
+           </mxGeometry>
+         </mxCell>
+         <mxCell id="NGHdp_gngWH9yrq0Q0_0-3" parent="1" style="rhombus;whiteSpace=wrap;html=1;" value="e_ipsec_ua_type !=&amp;nbsp;&lt;div&gt;E_IPSEC_UA_TYPE_OMD&lt;/div&gt;" vertex="1">
+           <mxGeometry height="50" width="200" x="1951" y="430" as="geometry" />
+         </mxCell>
+         <mxCell id="NGHdp_gngWH9yrq0Q0_0-4" parent="1" style="rhombus;whiteSpace=wrap;html=1;" value="e_ipsec_ua_type !=&amp;nbsp;&lt;div&gt;E_IPSEC_UA_TYPE_OMD&lt;/div&gt;" vertex="1">
+           <mxGeometry height="50" width="200" x="2216" y="430" as="geometry" />
+         </mxCell>
+         <mxCell id="NGHdp_gngWH9yrq0Q0_0-17" edge="1" parent="1" source="NGHdp_gngWH9yrq0Q0_0-8" style="edgeStyle=orthogonalEdgeStyle;rounded=0;orthogonalLoop=1;jettySize=auto;html=1;exitX=0.5;exitY=1;exitDx=0;exitDy=0;entryX=0.5;entryY=0;entryDx=0;entryDy=0;" target="NGHdp_gngWH9yrq0Q0_0-16">
+           <mxGeometry relative="1" as="geometry" />
+         </mxCell>
+         <mxCell id="NGHdp_gngWH9yrq0Q0_0-8" parent="1" style="rounded=1;whiteSpace=wrap;html=1;" value="&lt;b&gt;&lt;font style=&quot;color: light-dark(rgb(0, 0, 0), rgb(255, 0, 0));&quot;&gt;sip_status_code = 406&lt;/font&gt;&lt;/b&gt;" vertex="1">
+           <mxGeometry height="35" width="140" x="1981" y="565" as="geometry" />
+         </mxCell>
+         <mxCell id="NGHdp_gngWH9yrq0Q0_0-18" edge="1" parent="1" source="NGHdp_gngWH9yrq0Q0_0-9" style="edgeStyle=orthogonalEdgeStyle;rounded=0;orthogonalLoop=1;jettySize=auto;html=1;exitX=0.5;exitY=1;exitDx=0;exitDy=0;entryX=0.5;entryY=0;entryDx=0;entryDy=0;" target="NGHdp_gngWH9yrq0Q0_0-16">
+           <mxGeometry relative="1" as="geometry" />
+         </mxCell>
+         <mxCell id="NGHdp_gngWH9yrq0Q0_0-9" parent="1" style="rounded=1;whiteSpace=wrap;html=1;" value="sip_status_code = OTHER CODE" vertex="1">
+           <mxGeometry height="35" width="210" x="2181" y="565" as="geometry" />
+         </mxCell>
+         <mxCell id="NGHdp_gngWH9yrq0Q0_0-11" edge="1" parent="1" source="NGHdp_gngWH9yrq0Q0_0-3" style="edgeStyle=orthogonalEdgeStyle;rounded=0;orthogonalLoop=1;jettySize=auto;html=1;exitX=1;exitY=0.5;exitDx=0;exitDy=0;entryX=0.5;entryY=0;entryDx=0;entryDy=0;strokeWidth=2;strokeColor=light-dark(#FF0000,#FF0000);" target="NGHdp_gngWH9yrq0Q0_0-9">
+           <mxGeometry relative="1" as="geometry">
+             <Array as="points">
+               <mxPoint x="2151" y="500" />
+               <mxPoint x="2285" y="500" />
+               <mxPoint x="2285" y="565" />
+             </Array>
+           </mxGeometry>
+         </mxCell>
+         <mxCell id="NGHdp_gngWH9yrq0Q0_0-12" edge="1" parent="1" source="NGHdp_gngWH9yrq0Q0_0-4" style="edgeStyle=orthogonalEdgeStyle;rounded=0;orthogonalLoop=1;jettySize=auto;html=1;exitX=1;exitY=0.5;exitDx=0;exitDy=0;entryX=0.5;entryY=0;entryDx=0;entryDy=0;strokeColor=light-dark(#FF0000,#FF0000);strokeWidth=2;" target="NGHdp_gngWH9yrq0Q0_0-9" value="&amp;nbsp;NO&amp;nbsp;">
+           <mxGeometry relative="1" x="0.5357" as="geometry">
+             <mxPoint as="offset" />
+             <Array as="points">
+               <mxPoint x="2436" y="455" />
+               <mxPoint x="2436" y="500" />
+               <mxPoint x="2286" y="500" />
+             </Array>
+           </mxGeometry>
+         </mxCell>
+         <mxCell id="NGHdp_gngWH9yrq0Q0_0-15" edge="1" parent="1" source="NGHdp_gngWH9yrq0Q0_0-4" style="edgeStyle=orthogonalEdgeStyle;rounded=0;orthogonalLoop=1;jettySize=auto;html=1;exitX=0.5;exitY=1;exitDx=0;exitDy=0;entryX=0.5;entryY=0;entryDx=0;entryDy=0;strokeColor=#00FF00;strokeWidth=2;" target="NGHdp_gngWH9yrq0Q0_0-8">
+           <mxGeometry relative="1" as="geometry">
+             <Array as="points">
+               <mxPoint x="2316" y="523" />
+               <mxPoint x="2051" y="523" />
+             </Array>
+           </mxGeometry>
+         </mxCell>
+         <mxCell id="NGHdp_gngWH9yrq0Q0_0-13" edge="1" parent="1" source="NGHdp_gngWH9yrq0Q0_0-1" style="edgeStyle=orthogonalEdgeStyle;rounded=0;orthogonalLoop=1;jettySize=auto;html=1;exitX=0.5;exitY=1;exitDx=0;exitDy=0;entryX=0.5;entryY=0;entryDx=0;entryDy=0;strokeColor=light-dark(#00FF00,#00FF00);strokeWidth=2;" target="NGHdp_gngWH9yrq0Q0_0-8" value="&amp;nbsp;YES&amp;nbsp;">
+           <mxGeometry relative="1" x="0.7343" as="geometry">
+             <mxPoint as="offset" />
+           </mxGeometry>
+         </mxCell>
+         <mxCell id="NGHdp_gngWH9yrq0Q0_0-16" parent="1" style="rounded=1;whiteSpace=wrap;html=1;" value="mregx_local_resp_proc" vertex="1">
+           <mxGeometry height="30" width="160" x="1971" y="670" as="geometry" />
+         </mxCell>
      </root>
    </mxGraphModel>
  </diagram>
</mxfile>
